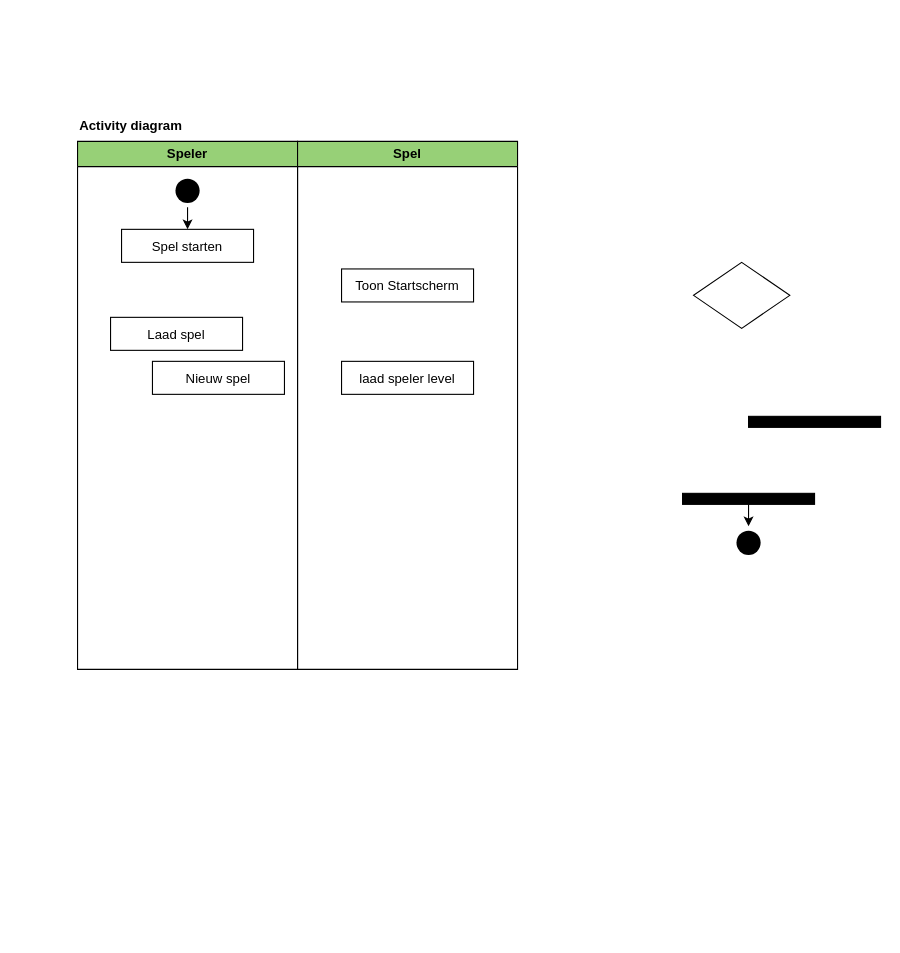
Earlier version of the draw.io diagram page "ActivityDiagram" (2 of 3) of GameProject.drawio (EMB20/GameProject). Source tidied: cells renumbered, new cells numbered last; positions are measured from the earlier drawing's top-left corner, leaving out a move shared by most shapes. Both pictures are drawn from the tidied source at 110%, with x=0, y=0 at pixel (77, 108).
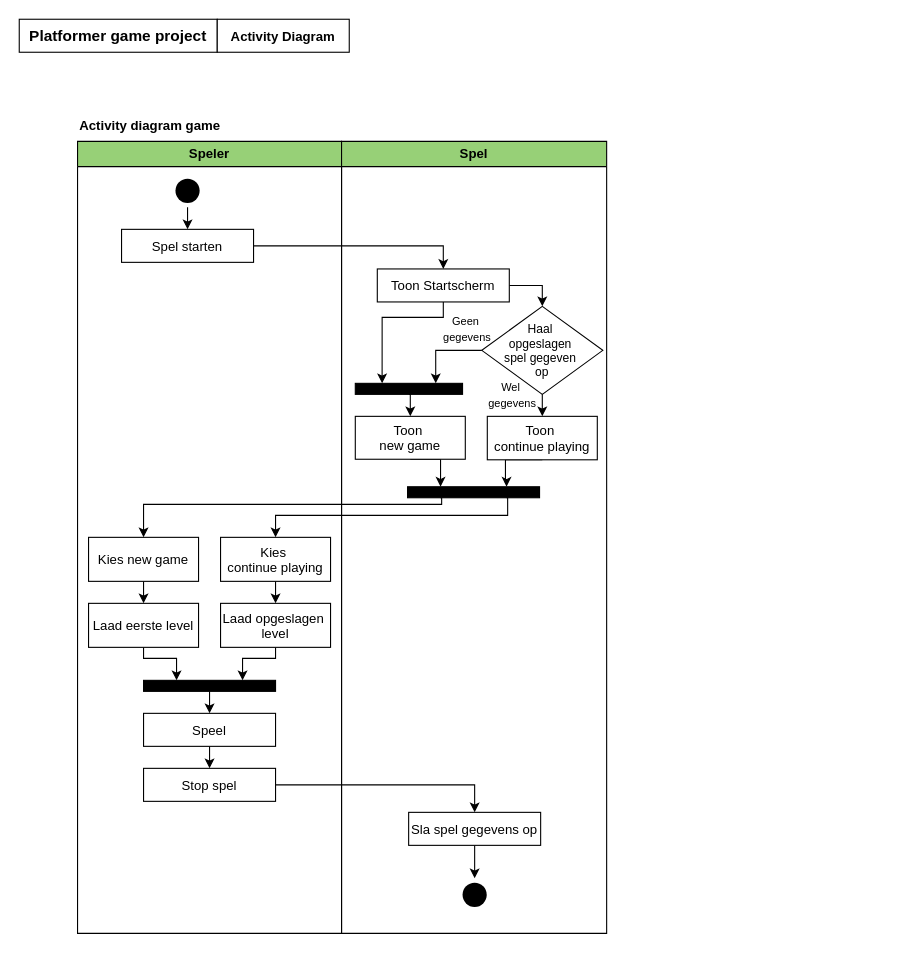
The same page after the edit.

The change refers to these unchanged cells:
```xml
<mxCell id="5" value="Spel starten" parent="2" vertex="1">
  <mxGeometry x="40" y="80" width="120" height="30" as="geometry" />
</mxCell>
```

Change to the diagram source:
```diff
@@
     <mxCell id="2" value="Speler" style="swimlane;whiteSpace=wrap;html=1;fillColor=#97D077;" parent="1" vertex="1">
-      <mxGeometry y="30" width="200" height="480" as="geometry" />
+      <mxGeometry y="30" width="240" height="720" as="geometry" />
     </mxCell>
@@
-    <mxCell id="6" value="Laad spel" parent="2" vertex="1">
-      <mxGeometry x="30" y="160" width="120" height="30" as="geometry" />
-    </mxCell>
-    <mxCell id="7" value="Nieuw spel" parent="2" vertex="1">
-      <mxGeometry x="68.1" y="200" width="120" height="30" as="geometry" />
-    </mxCell>
+    <mxCell id="17" style="edgeStyle=orthogonalEdgeStyle;rounded=0;jettySize=auto;html=1;exitX=0.5;exitY=1;exitDx=0;exitDy=0;entryX=0.5;entryY=0;entryDx=0;entryDy=0;" parent="2" edge="1" source="18" target="25">
+      <mxGeometry relative="1" as="geometry" />
+    </mxCell>
+    <mxCell id="18" value="Kies &#10;continue playing" parent="2" vertex="1">
+      <mxGeometry x="130" y="360" width="100" height="40" as="geometry" />
+    </mxCell>
+    <mxCell id="19" style="edgeStyle=orthogonalEdgeStyle;rounded=0;jettySize=auto;html=1;exitX=0.5;exitY=1;exitDx=0;exitDy=0;entryX=0.5;entryY=0;entryDx=0;entryDy=0;" parent="2" edge="1" source="20" target="27">
+      <mxGeometry relative="1" as="geometry" />
+    </mxCell>
+    <mxCell id="20" value="Kies new game" parent="2" vertex="1">
+      <mxGeometry x="10" y="360" width="100" height="40" as="geometry" />
+    </mxCell>
+    <mxCell id="21" style="edgeStyle=orthogonalEdgeStyle;rounded=0;jettySize=auto;html=1;exitX=0.5;exitY=1;exitDx=0;exitDy=0;entryX=0.5;entryY=0;entryDx=0;entryDy=0;" parent="2" edge="1" source="22" target="23">
+      <mxGeometry relative="1" as="geometry" />
+    </mxCell>
+    <mxCell id="22" value="Speel" parent="2" vertex="1">
+      <mxGeometry x="60" y="520" width="120" height="30" as="geometry" />
+    </mxCell>
+    <mxCell id="23" value="Stop spel" parent="2" vertex="1">
+      <mxGeometry x="60" y="570" width="120" height="30" as="geometry" />
+    </mxCell>
+    <mxCell id="24" style="edgeStyle=orthogonalEdgeStyle;rounded=0;jettySize=auto;html=1;exitX=0.5;exitY=1;exitDx=0;exitDy=0;entryX=0.75;entryY=0;entryDx=0;entryDy=0;" parent="2" edge="1" source="25" target="29">
+      <mxGeometry relative="1" as="geometry">
+        <Array as="points">
+          <mxPoint x="180" y="470" />
+          <mxPoint x="150" y="470" />
+        </Array>
+      </mxGeometry>
+    </mxCell>
+    <mxCell id="25" value="Laad opgeslagen &#10;level" parent="2" vertex="1">
+      <mxGeometry x="130" y="420" width="100" height="40" as="geometry" />
+    </mxCell>
+    <mxCell id="26" style="edgeStyle=orthogonalEdgeStyle;rounded=0;jettySize=auto;html=1;exitX=0.5;exitY=1;exitDx=0;exitDy=0;entryX=0.25;entryY=0;entryDx=0;entryDy=0;" parent="2" edge="1" source="27" target="29">
+      <mxGeometry relative="1" as="geometry">
+        <Array as="points">
+          <mxPoint x="60" y="470" />
+          <mxPoint x="90" y="470" />
+        </Array>
+      </mxGeometry>
+    </mxCell>
+    <mxCell id="27" value="Laad eerste level" parent="2" vertex="1">
+      <mxGeometry x="10" y="420" width="100" height="40" as="geometry" />
+    </mxCell>
+    <mxCell id="28" style="edgeStyle=orthogonalEdgeStyle;rounded=0;jettySize=auto;html=1;exitX=0.5;exitY=1;exitDx=0;exitDy=0;entryX=0.5;entryY=0;entryDx=0;entryDy=0;" parent="2" edge="1" source="29" target="22">
+      <mxGeometry relative="1" as="geometry" />
+    </mxCell>
+    <mxCell id="29" style="rounded=0;whiteSpace=wrap;html=1;fillColor=#000000;" parent="2" vertex="1">
+      <mxGeometry x="60" y="490" width="120" height="10" as="geometry" />
+    </mxCell>
+    <mxCell id="30" style="edgeStyle=orthogonalEdgeStyle;rounded=0;jettySize=auto;html=1;exitX=0.5;exitY=1;exitDx=0;exitDy=0;entryX=0.5;entryY=0;entryDx=0;entryDy=0;" parent="2" edge="1" source="31" target="16">
+      <mxGeometry relative="1" as="geometry" />
+    </mxCell>
+    <mxCell id="31" value="Sla spel gegevens op" parent="2" vertex="1">
+      <mxGeometry x="301" y="610" width="120" height="30" as="geometry" />
+    </mxCell>
+    <mxCell id="16" style="ellipse;shape=startState;fillColor=#000000;strokeColor=none;" parent="2" vertex="1">
+      <mxGeometry x="346" y="670" width="30" height="30" as="geometry" />
+    </mxCell>
+    <mxCell id="32" style="edgeStyle=orthogonalEdgeStyle;rounded=0;jettySize=auto;html=1;exitX=1;exitY=0.5;exitDx=0;exitDy=0;entryX=0.5;entryY=0;entryDx=0;entryDy=0;" parent="2" edge="1" source="23" target="31">
+      <mxGeometry relative="1" as="geometry" />
+    </mxCell>
     <mxCell id="8" value="&lt;font color=&quot;#000000&quot;&gt;Spel&lt;/font&gt;" style="swimlane;whiteSpace=wrap;html=1;fillColor=#97D077;strokeColor=#000000;fontColor=#ffffff;" parent="1" vertex="1">
-      <mxGeometry x="200" y="30" width="200" height="480" as="geometry" />
+      <mxGeometry x="240" y="30" width="241" height="720" as="geometry" />
     </mxCell>
+    <mxCell id="33" style="edgeStyle=orthogonalEdgeStyle;rounded=0;jettySize=auto;html=1;exitX=1;exitY=0.5;exitDx=0;exitDy=0;entryX=0.5;entryY=0;entryDx=0;entryDy=0;" parent="8" edge="1" source="9" target="12">
+      <mxGeometry relative="1" as="geometry" />
+    </mxCell>
+    <mxCell id="34" style="edgeStyle=orthogonalEdgeStyle;rounded=0;jettySize=auto;html=1;exitX=0.5;exitY=1;exitDx=0;exitDy=0;entryX=0.25;entryY=0;entryDx=0;entryDy=0;" parent="8" edge="1" source="9" target="42">
+      <mxGeometry relative="1" as="geometry">
+        <Array as="points">
+          <mxPoint x="93" y="160" />
+          <mxPoint x="37" y="160" />
+        </Array>
+      </mxGeometry>
+    </mxCell>
     <mxCell id="9" value="Toon Startscherm" parent="8" vertex="1">
-      <mxGeometry x="40" y="116" width="120" height="30" as="geometry" />
+      <mxGeometry x="32.5" y="116" width="120" height="30" as="geometry" />
     </mxCell>
-    <mxCell id="10" value="laad speler level" parent="8" vertex="1">
-      <mxGeometry x="40" y="200" width="120" height="30" as="geometry" />
-    </mxCell>
+    <mxCell id="35" style="edgeStyle=orthogonalEdgeStyle;rounded=0;jettySize=auto;html=1;exitX=0.5;exitY=1;exitDx=0;exitDy=0;entryX=0.5;entryY=0;entryDx=0;entryDy=0;" parent="8" edge="1" source="12" target="38">
+      <mxGeometry relative="1" as="geometry" />
+    </mxCell>
+    <mxCell id="36" style="edgeStyle=orthogonalEdgeStyle;rounded=0;jettySize=auto;html=1;exitX=0;exitY=0.5;exitDx=0;exitDy=0;entryX=0.75;entryY=0;entryDx=0;entryDy=0;" parent="8" edge="1" source="12" target="42">
+      <mxGeometry relative="1" as="geometry" />
+    </mxCell>
+    <mxCell id="12" value="Haal &#10;opgeslagen &#10;spel gegeven &#10;op" style="rhombus;fillColor=default;strokeColor=default;shadow=0;fontSize=11;" parent="8" vertex="1">
+      <mxGeometry x="127.5" y="150" width="110" height="80" as="geometry" />
+    </mxCell>
+    <mxCell id="37" style="edgeStyle=orthogonalEdgeStyle;rounded=0;jettySize=auto;html=1;exitX=0.5;exitY=1;exitDx=0;exitDy=0;entryX=0.75;entryY=0;entryDx=0;entryDy=0;" parent="8" edge="1" source="38" target="13">
+      <mxGeometry relative="1" as="geometry">
+        <Array as="points">
+          <mxPoint x="149" y="290" />
+          <mxPoint x="149" y="310" />
+          <mxPoint x="150" y="310" />
+        </Array>
+      </mxGeometry>
+    </mxCell>
+    <mxCell id="38" value="Toon &#10;continue playing" parent="8" vertex="1">
+      <mxGeometry x="132.5" y="250" width="100" height="39.5" as="geometry" />
+    </mxCell>
+    <mxCell id="39" style="edgeStyle=orthogonalEdgeStyle;rounded=0;jettySize=auto;html=1;exitX=0.5;exitY=1;exitDx=0;exitDy=0;entryX=0.25;entryY=0;entryDx=0;entryDy=0;" parent="8" edge="1" source="40" target="13">
+      <mxGeometry relative="1" as="geometry" />
+    </mxCell>
+    <mxCell id="40" value="Toon &#10;new game" parent="8" vertex="1">
+      <mxGeometry x="12.5" y="250" width="100" height="39" as="geometry" />
+    </mxCell>
+    <mxCell id="13" style="rounded=0;whiteSpace=wrap;html=1;fillColor=#000000;" parent="8" vertex="1">
+      <mxGeometry x="60" y="314" width="120" height="10" as="geometry" />
+    </mxCell>
+    <mxCell id="41" style="edgeStyle=orthogonalEdgeStyle;rounded=0;jettySize=auto;html=1;exitX=0.5;exitY=1;exitDx=0;exitDy=0;entryX=0.5;entryY=0;entryDx=0;entryDy=0;" parent="8" edge="1" source="42" target="40">
+      <mxGeometry relative="1" as="geometry" />
+    </mxCell>
+    <mxCell id="42" style="rounded=0;whiteSpace=wrap;html=1;fillColor=#000000;" parent="8" vertex="1">
+      <mxGeometry x="12.5" y="220" width="97.5" height="10" as="geometry" />
+    </mxCell>
+    <mxCell id="43" value="&lt;font style=&quot;font-size: 10px;&quot;&gt;Geen&amp;nbsp;&lt;/font&gt;&lt;div&gt;&lt;font style=&quot;font-size: 10px;&quot;&gt;gegevens&lt;/font&gt;&lt;/div&gt;" style="text;html=1;align=center;verticalAlign=middle;strokeColor=none;fillColor=none;" parent="8" vertex="1">
+      <mxGeometry x="79" y="150" width="70" height="40" as="geometry" />
+    </mxCell>
+    <mxCell id="44" value="&lt;font style=&quot;font-size: 10px;&quot;&gt;Wel&amp;nbsp;&lt;/font&gt;&lt;div&gt;&lt;font style=&quot;font-size: 10px;&quot;&gt;gegevens&lt;/font&gt;&lt;/div&gt;" style="text;html=1;align=center;verticalAlign=middle;strokeColor=none;fillColor=none;" parent="8" vertex="1">
+      <mxGeometry x="119.5" y="210" width="70" height="40" as="geometry" />
+    </mxCell>
-    <mxCell id="11" value="&lt;font style=&quot;font-size: 12px;&quot;&gt;Activity diagram&amp;nbsp;&lt;/font&gt;" style="text;html=1;align=left;verticalAlign=middle;whiteSpace=wrap;rounded=0;fontStyle=1;fontSize=14;" parent="1" vertex="1">
+    <mxCell id="11" value="&lt;font style=&quot;font-size: 12px;&quot;&gt;Activity diagram game&lt;/font&gt;" style="text;html=1;align=left;verticalAlign=middle;whiteSpace=wrap;rounded=0;fontStyle=1;fontSize=14;" parent="1" vertex="1">
       <mxGeometry width="300" height="30" as="geometry" />
     </mxCell>
-    <mxCell id="12" style="rhombus;fillColor=default;strokeColor=default;shadow=0;fontSize=11;" parent="1" vertex="1">
-      <mxGeometry x="560" y="140" width="87.5" height="60" as="geometry" />
-    </mxCell>
-    <mxCell id="13" style="rounded=0;whiteSpace=wrap;html=1;fillColor=#000000;" parent="1" vertex="1">
-      <mxGeometry x="610" y="280" width="120" height="10" as="geometry" />
-    </mxCell>
-    <mxCell id="14" style="edgeStyle=orthogonalEdgeStyle;rounded=0;jettySize=auto;html=1;exitX=0.5;exitY=1;exitDx=0;exitDy=0;entryX=0.5;entryY=0;entryDx=0;entryDy=0;" parent="1" edge="1" source="15" target="16">
-      <mxGeometry relative="1" as="geometry" />
-    </mxCell>
-    <mxCell id="15" style="rounded=0;whiteSpace=wrap;html=1;fillColor=#000000;" parent="1" vertex="1">
-      <mxGeometry x="550" y="350" width="120" height="10" as="geometry" />
-    </mxCell>
-    <mxCell id="16" style="ellipse;shape=startState;fillColor=#000000;strokeColor=none;" parent="1" vertex="1">
-      <mxGeometry x="595" y="380" width="30" height="30" as="geometry" />
-    </mxCell>
+    <mxCell id="45" style="edgeStyle=orthogonalEdgeStyle;rounded=0;jettySize=auto;html=1;exitX=1;exitY=0.5;exitDx=0;exitDy=0;entryX=0.5;entryY=0;entryDx=0;entryDy=0;" parent="1" edge="1" source="5" target="9">
+      <mxGeometry relative="1" as="geometry" />
+    </mxCell>
+    <mxCell id="46" value="Platformer game project" style="text;html=1;align=center;verticalAlign=middle;whiteSpace=wrap;rounded=0;fontStyle=1;fontSize=14;fillColor=default;strokeColor=default;perimeterSpacing=0;" parent="1" vertex="1">
+      <mxGeometry x="-53" y="-81" width="180" height="30" as="geometry" />
+    </mxCell>
+    <mxCell id="47" value="&lt;font style=&quot;font-size: 12px;&quot;&gt;Activity Diagram&lt;/font&gt;" style="text;html=1;align=center;verticalAlign=middle;whiteSpace=wrap;rounded=0;fontStyle=1;fontSize=14;fillColor=default;strokeColor=default;" parent="1" vertex="1">
+      <mxGeometry x="127" y="-81" width="120" height="30" as="geometry" />
+    </mxCell>
+    <mxCell id="48" style="edgeStyle=orthogonalEdgeStyle;rounded=0;jettySize=auto;html=1;exitX=0.75;exitY=1;exitDx=0;exitDy=0;entryX=0.5;entryY=0;entryDx=0;entryDy=0;" parent="1" edge="1" source="13" target="18">
+      <mxGeometry relative="1" as="geometry">
+        <Array as="points">
+          <mxPoint x="391" y="370" />
+          <mxPoint x="180" y="370" />
+        </Array>
+      </mxGeometry>
+    </mxCell>
+    <mxCell id="49" style="edgeStyle=orthogonalEdgeStyle;rounded=0;jettySize=auto;html=1;exitX=0.25;exitY=1;exitDx=0;exitDy=0;entryX=0.5;entryY=0;entryDx=0;entryDy=0;" parent="1" edge="1" source="13" target="20">
+      <mxGeometry relative="1" as="geometry">
+        <Array as="points">
+          <mxPoint x="331" y="360" />
+          <mxPoint x="60" y="360" />
+        </Array>
+      </mxGeometry>
+    </mxCell>
```
